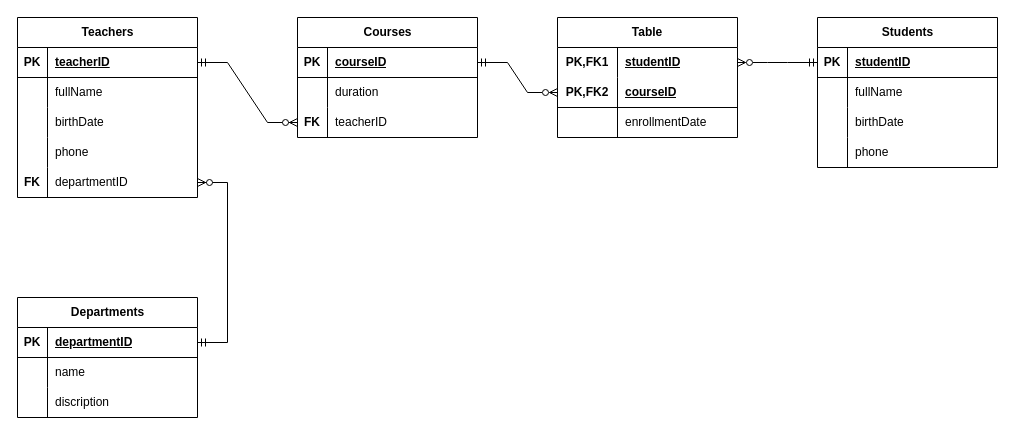
Pong2605/14-homework keeps this draw.io diagram as Диаграмма без названия.drawio. Above is the earlier version. Source tidied: cells renumbered, new cells numbered last; positions are measured from the earlier drawing's top-left corner, leaving out a move shared by most shapes. Both pictures are drawn from the tidied source at 100%, with x=0, y=0 at pixel (17, 17).
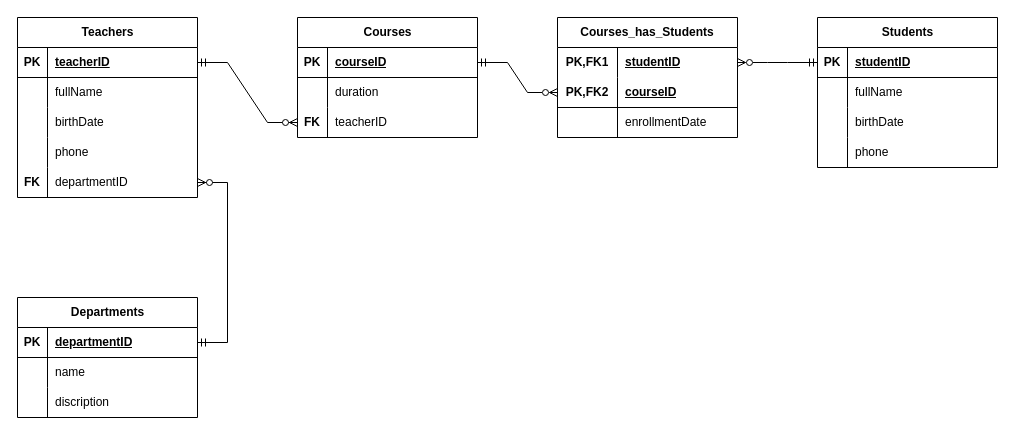
The same diagram, later.

Change to the diagram source:
```diff
@@
-    <mxCell id="51" value="Table" style="shape=table;startSize=30;childLayout=tableLayout;rowLines=0;fontStyle=1;align=center;html=1;whiteSpace=wrap;" parent="1" vertex="1">
+    <mxCell id="51" value="&lt;span style=&quot;text-wrap: nowrap;&quot;&gt;Courses_has_Students&lt;/span&gt;" style="shape=table;startSize=30;childLayout=tableLayout;rowLines=0;fontStyle=1;align=center;html=1;whiteSpace=wrap;" parent="1" vertex="1">
       <mxGeometry x="540" width="180" height="120" as="geometry" />
     </mxCell>
```
